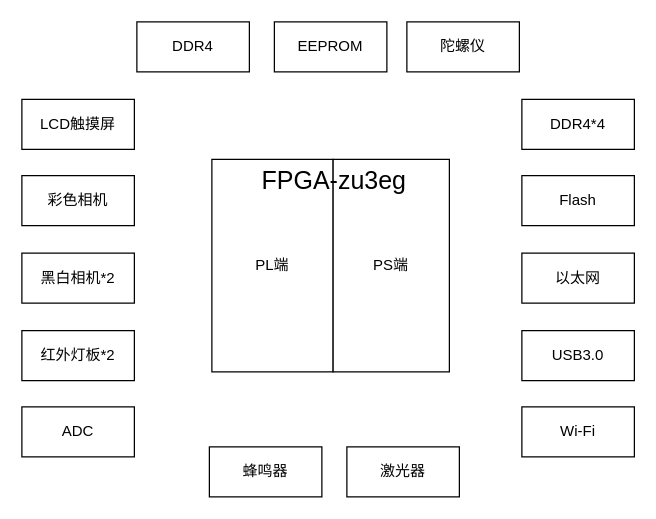
Before: page "ame-光学定位仪" (7 of 7) of 框图.drawio in hjh0920/flow_chart, a draw.io diagram. Source tidied: cells renumbered, new cells numbered last; positions are measured from the earlier drawing's top-left corner, leaving out a move shared by most shapes. Both pictures are drawn from the tidied source at 125%, with x=0, y=0 at pixel (21, 21).
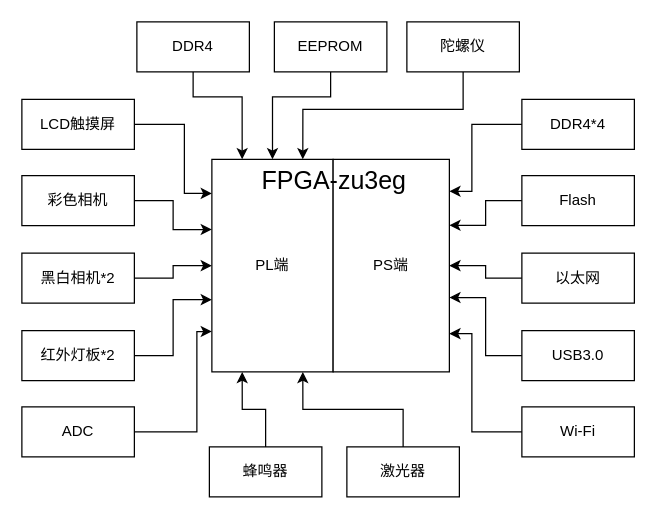
After the change.

The change refers to these unchanged cells:
```xml
<mxCell id="2" value="DDR4*4" style="rounded=0;whiteSpace=wrap;html=1;" parent="1" vertex="1">
  <mxGeometry x="400" y="62" width="90" height="40" as="geometry" />
</mxCell>
<mxCell id="3" value="DDR4" style="rounded=0;whiteSpace=wrap;html=1;" parent="1" vertex="1">
  <mxGeometry x="92" width="90" height="40" as="geometry" />
</mxCell>
<mxCell id="4" style="group;" parent="1" vertex="1">
  <mxGeometry x="152" y="110" width="190" height="170" as="geometry" />
</mxCell>
<mxCell id="8" value="蜂鸣器" style="rounded=0;whiteSpace=wrap;html=1;" parent="1" vertex="1">
  <mxGeometry x="150" y="340" width="90" height="40" as="geometry" />
</mxCell>
<mxCell id="9" value="Flash" style="rounded=0;whiteSpace=wrap;html=1;" parent="1" vertex="1">
  <mxGeometry x="400" y="123" width="90" height="40" as="geometry" />
</mxCell>
<mxCell id="10" value="黑白相机*2" style="rounded=0;whiteSpace=wrap;html=1;" parent="1" vertex="1">
  <mxGeometry y="185" width="90" height="40" as="geometry" />
</mxCell>
<mxCell id="11" value="陀螺仪" style="rounded=0;whiteSpace=wrap;html=1;" parent="1" vertex="1">
  <mxGeometry x="308" width="90" height="40" as="geometry" />
</mxCell>
<mxCell id="12" value="EEPROM" style="rounded=0;whiteSpace=wrap;html=1;" parent="1" vertex="1">
  <mxGeometry x="202" width="90" height="40" as="geometry" />
</mxCell>
<mxCell id="13" value="ADC" style="rounded=0;whiteSpace=wrap;html=1;" parent="1" vertex="1">
  <mxGeometry y="308" width="90" height="40" as="geometry" />
</mxCell>
<mxCell id="14" value="红外灯板*2" style="rounded=0;whiteSpace=wrap;html=1;" parent="1" vertex="1">
  <mxGeometry y="247" width="90" height="40" as="geometry" />
</mxCell>
<mxCell id="15" value="激光器" style="rounded=0;whiteSpace=wrap;html=1;" parent="1" vertex="1">
  <mxGeometry x="260" y="340" width="90" height="40" as="geometry" />
</mxCell>
<mxCell id="16" value="Wi-Fi" style="rounded=0;whiteSpace=wrap;html=1;" parent="1" vertex="1">
  <mxGeometry x="400" y="308" width="90" height="40" as="geometry" />
</mxCell>
<mxCell id="17" value="LCD触摸屏" style="rounded=0;whiteSpace=wrap;html=1;" parent="1" vertex="1">
  <mxGeometry y="62" width="90" height="40" as="geometry" />
</mxCell>
<mxCell id="18" value="彩色相机" style="rounded=0;whiteSpace=wrap;html=1;" parent="1" vertex="1">
  <mxGeometry y="123" width="90" height="40" as="geometry" />
</mxCell>
<mxCell id="19" value="以太网" style="rounded=0;whiteSpace=wrap;html=1;" parent="1" vertex="1">
  <mxGeometry x="400" y="185" width="90" height="40" as="geometry" />
</mxCell>
<mxCell id="20" value="USB3.0" style="rounded=0;whiteSpace=wrap;html=1;" parent="1" vertex="1">
  <mxGeometry x="400" y="247" width="90" height="40" as="geometry" />
</mxCell>
```

Change to the diagram source:
```diff
@@
+    <mxCell id="21" style="edgeStyle=orthogonalEdgeStyle;rounded=0;jettySize=auto;html=1;exitX=0.5;exitY=1;exitDx=0;exitDy=0;entryX=0.25;entryY=0;entryDx=0;entryDy=0;" parent="1" edge="1" source="3" target="5">
+      <mxGeometry relative="1" as="geometry">
+        <Array as="points">
+          <mxPoint x="137" y="60" />
+          <mxPoint x="176" y="60" />
+        </Array>
+      </mxGeometry>
+    </mxCell>
@@
-    <mxCell id="5" value="PL端" style="rounded=0;whiteSpace=wrap;html=1;" parent="4" vertex="1">
+    <mxCell id="5" value="PL端" style="rounded=0;whiteSpace=wrap;html=1;points=[[0,0,0,0,0],[0,0.16,0,0,0],[0,0.33,0,0,0],[0,0.5,0,0,0],[0,0.66,0,0,0],[0,0.81,0,0,0],[0,1,0,0,0],[0.25,0,0,0,0],[0.25,1,0,0,0],[0.5,0,0,0,0],[0.5,1,0,0,0],[0.75,0,0,0,0],[0.75,1,0,0,0],[1,0,0,0,0],[1,0.16,0,0,0],[1,0.33,0,0,0],[1,0.5,0,0,0],[1,0.66,0,0,0],[1,0.81,0,0,0],[1,1,0,0,0]];" parent="4" vertex="1">
       <mxGeometry width="97" height="170" as="geometry" />
     </mxCell>
-    <mxCell id="6" value="PS端" style="rounded=0;whiteSpace=wrap;html=1;" parent="4" vertex="1">
+    <mxCell id="6" value="PS端" style="rounded=0;whiteSpace=wrap;html=1;points=[[0,0,0,0,0],[0,0.25,0,0,0],[0,0.5,0,0,0],[0,0.75,0,0,0],[0,1,0,0,0],[0.25,0,0,0,0],[0.25,1,0,0,0],[0.5,0,0,0,0],[0.5,1,0,0,0],[0.75,0,0,0,0],[0.75,1,0,0,0],[1,0,0,0,0],[1,0.15,0,0,0],[1,0.31,0,0,0],[1,0.5,0,0,0],[1,0.65,0,0,0],[1,0.82,0,0,0],[1,1,0,0,0]];" parent="4" vertex="1">
       <mxGeometry x="97" width="93" height="170" as="geometry" />
     </mxCell>
@@
+    <mxCell id="22" style="edgeStyle=orthogonalEdgeStyle;rounded=0;jettySize=auto;html=1;exitX=0.5;exitY=1;exitDx=0;exitDy=0;entryX=0.75;entryY=0;entryDx=0;entryDy=0;" parent="1" edge="1" source="11" target="5">
+      <mxGeometry relative="1" as="geometry">
+        <Array as="points">
+          <mxPoint x="353" y="70" />
+          <mxPoint x="225" y="70" />
+        </Array>
+      </mxGeometry>
+    </mxCell>
@@
+    <mxCell id="23" style="edgeStyle=orthogonalEdgeStyle;rounded=0;jettySize=auto;html=1;exitX=0.5;exitY=1;exitDx=0;exitDy=0;entryX=0.5;entryY=0;entryDx=0;entryDy=0;" parent="1" edge="1" source="12" target="5">
+      <mxGeometry relative="1" as="geometry">
+        <Array as="points">
+          <mxPoint x="247" y="60" />
+          <mxPoint x="201" y="60" />
+        </Array>
+      </mxGeometry>
+    </mxCell>
@@
+    <mxCell id="24" style="edgeStyle=orthogonalEdgeStyle;rounded=0;jettySize=auto;html=1;exitX=1;exitY=0.5;exitDx=0;exitDy=0;entryX=0;entryY=0.16;entryDx=0;entryDy=0;entryPerimeter=0;" parent="1" edge="1" source="17" target="5">
+      <mxGeometry relative="1" as="geometry">
+        <Array as="points">
+          <mxPoint x="130" y="82" />
+          <mxPoint x="130" y="137" />
+        </Array>
+      </mxGeometry>
+    </mxCell>
@@
+    <mxCell id="25" style="edgeStyle=orthogonalEdgeStyle;rounded=0;jettySize=auto;html=1;exitX=1;exitY=0.5;exitDx=0;exitDy=0;entryX=0;entryY=0.33;entryDx=0;entryDy=0;entryPerimeter=0;" parent="1" edge="1" source="18" target="5">
+      <mxGeometry relative="1" as="geometry" />
+    </mxCell>
+    <mxCell id="26" style="edgeStyle=orthogonalEdgeStyle;rounded=0;jettySize=auto;html=1;exitX=1;exitY=0.5;exitDx=0;exitDy=0;entryX=0;entryY=0.5;entryDx=0;entryDy=0;entryPerimeter=0;" parent="1" edge="1" source="10" target="5">
+      <mxGeometry relative="1" as="geometry" />
+    </mxCell>
+    <mxCell id="27" style="edgeStyle=orthogonalEdgeStyle;rounded=0;jettySize=auto;html=1;exitX=1;exitY=0.5;exitDx=0;exitDy=0;entryX=0;entryY=0.66;entryDx=0;entryDy=0;entryPerimeter=0;" parent="1" edge="1" source="14" target="5">
+      <mxGeometry relative="1" as="geometry" />
+    </mxCell>
+    <mxCell id="28" style="edgeStyle=orthogonalEdgeStyle;rounded=0;jettySize=auto;html=1;exitX=1;exitY=0.5;exitDx=0;exitDy=0;entryX=0;entryY=0.81;entryDx=0;entryDy=0;entryPerimeter=0;" parent="1" edge="1" source="13" target="5">
+      <mxGeometry relative="1" as="geometry">
+        <Array as="points">
+          <mxPoint x="140" y="328" />
+          <mxPoint x="140" y="248" />
+        </Array>
+      </mxGeometry>
+    </mxCell>
+    <mxCell id="29" style="edgeStyle=orthogonalEdgeStyle;rounded=0;jettySize=auto;html=1;exitX=0.5;exitY=0;exitDx=0;exitDy=0;entryX=0.25;entryY=1;entryDx=0;entryDy=0;entryPerimeter=0;" parent="1" edge="1" source="8" target="5">
+      <mxGeometry relative="1" as="geometry" />
+    </mxCell>
+    <mxCell id="30" style="edgeStyle=orthogonalEdgeStyle;rounded=0;jettySize=auto;html=1;exitX=0.5;exitY=0;exitDx=0;exitDy=0;entryX=0.75;entryY=1;entryDx=0;entryDy=0;entryPerimeter=0;" parent="1" edge="1" source="15" target="5">
+      <mxGeometry relative="1" as="geometry" />
+    </mxCell>
+    <mxCell id="31" style="edgeStyle=orthogonalEdgeStyle;rounded=0;jettySize=auto;html=1;exitX=0;exitY=0.5;exitDx=0;exitDy=0;entryX=1;entryY=0.15;entryDx=0;entryDy=0;entryPerimeter=0;" parent="1" edge="1" source="2" target="6">
+      <mxGeometry relative="1" as="geometry">
+        <Array as="points">
+          <mxPoint x="360" y="82" />
+          <mxPoint x="360" y="136" />
+        </Array>
+      </mxGeometry>
+    </mxCell>
+    <mxCell id="32" style="edgeStyle=orthogonalEdgeStyle;rounded=0;jettySize=auto;html=1;exitX=0;exitY=0.5;exitDx=0;exitDy=0;entryX=1;entryY=0.31;entryDx=0;entryDy=0;entryPerimeter=0;" parent="1" edge="1" source="9" target="6">
+      <mxGeometry relative="1" as="geometry" />
+    </mxCell>
+    <mxCell id="33" style="edgeStyle=orthogonalEdgeStyle;rounded=0;jettySize=auto;html=1;exitX=0;exitY=0.5;exitDx=0;exitDy=0;entryX=1;entryY=0.5;entryDx=0;entryDy=0;entryPerimeter=0;" parent="1" edge="1" source="19" target="6">
+      <mxGeometry relative="1" as="geometry" />
+    </mxCell>
+    <mxCell id="34" style="edgeStyle=orthogonalEdgeStyle;rounded=0;jettySize=auto;html=1;exitX=0;exitY=0.5;exitDx=0;exitDy=0;entryX=1;entryY=0.65;entryDx=0;entryDy=0;entryPerimeter=0;" parent="1" edge="1" source="20" target="6">
+      <mxGeometry relative="1" as="geometry" />
+    </mxCell>
+    <mxCell id="35" style="edgeStyle=orthogonalEdgeStyle;rounded=0;jettySize=auto;html=1;exitX=0;exitY=0.5;exitDx=0;exitDy=0;entryX=1;entryY=0.82;entryDx=0;entryDy=0;entryPerimeter=0;" parent="1" edge="1" source="16" target="6">
+      <mxGeometry relative="1" as="geometry">
+        <Array as="points">
+          <mxPoint x="360" y="328" />
+          <mxPoint x="360" y="249" />
+        </Array>
+      </mxGeometry>
+    </mxCell>
```
